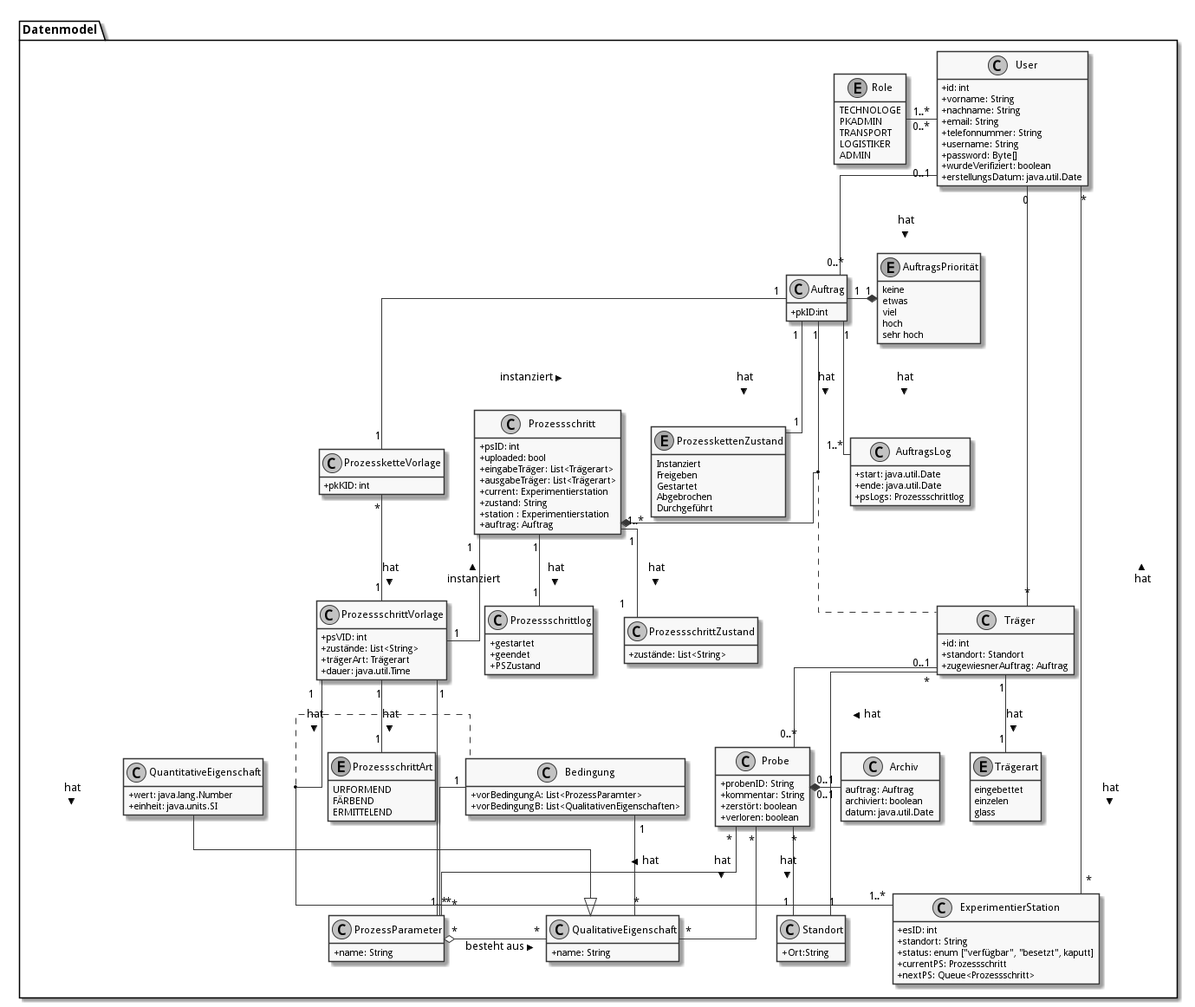
Earlier version of the PlantUML export doc/UML/datenModel.png (fkehlenb/softwareprojekt-2).
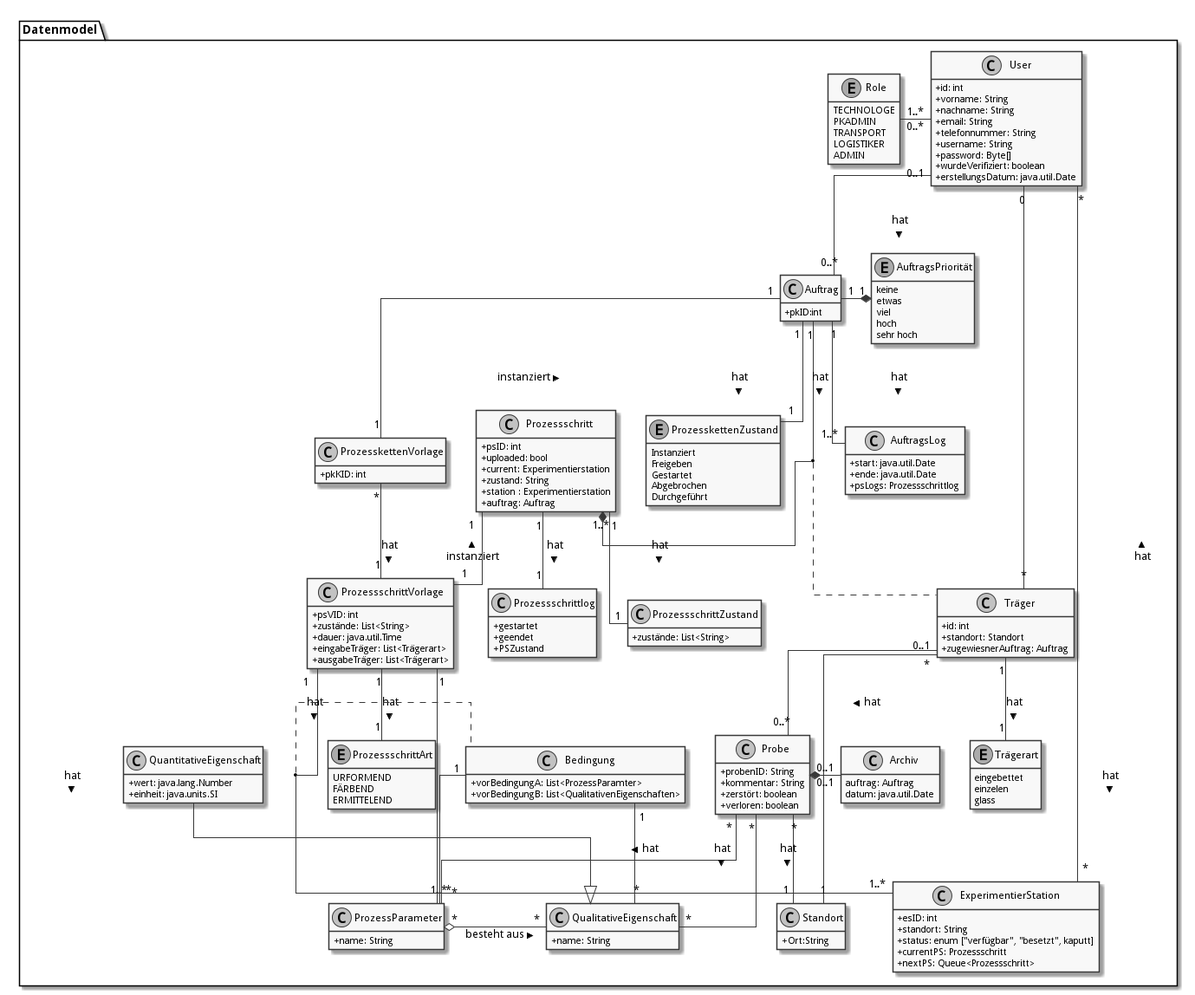
The same diagram one commit later.

Commit message:
Text für modell und Freinheiten im Model

What changed in the source:
```diff
@@ -55,7 +55,6 @@
 
 class Archiv {
 auftrag: Auftrag
-archiviert: boolean
 datum: java.util.Date
 }
 
@@ -71,8 +70,6 @@
 class "Prozessschritt" as ps {
   +psID: int
   +uploaded: bool
-  +eingabeTräger: List<Trägerart>
-  +ausgabeTräger: List<Trägerart>
   +current: Experimentierstation
   +zustand: String
   +station : Experimentierstation
@@ -92,8 +89,9 @@
 class "ProzessschrittVorlage" as psV {
   +psVID: int
   +zustände: List<String>
-  +trägerArt: Trägerart
   +dauer: java.util.Time
+  +eingabeTräger: List<Trägerart>
+  +ausgabeTräger: List<Trägerart>
 }
 
 enum ProzessschrittArt {
@@ -126,7 +124,7 @@
 sehr hoch
 }
 
-class "ProzessketteVorlage" as pkV {
+class "ProzesskettenVorlage" as pkV {
     +pkKID: int
 }
 
```
